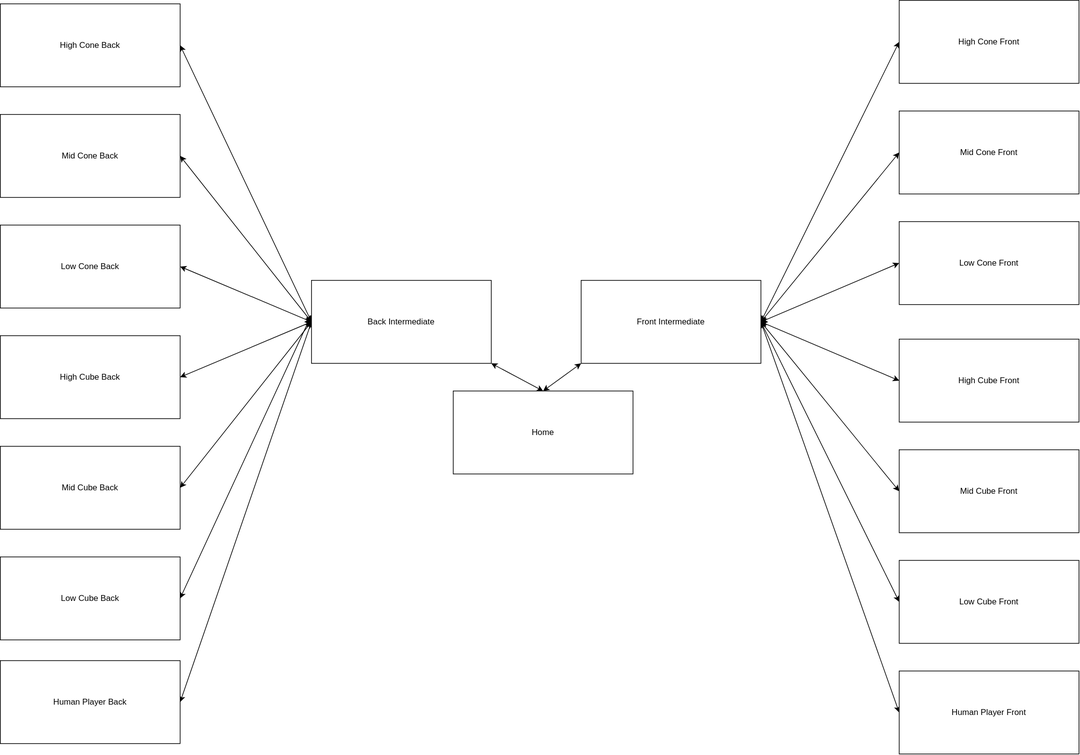
The draw.io diagram StateMachine.drawio.svg in frcteam195/2023_arm_node, before a commit. Source tidied: cells renumbered, new cells last; positions are measured from the earlier drawing's top-left corner, leaving out a move shared by most shapes.
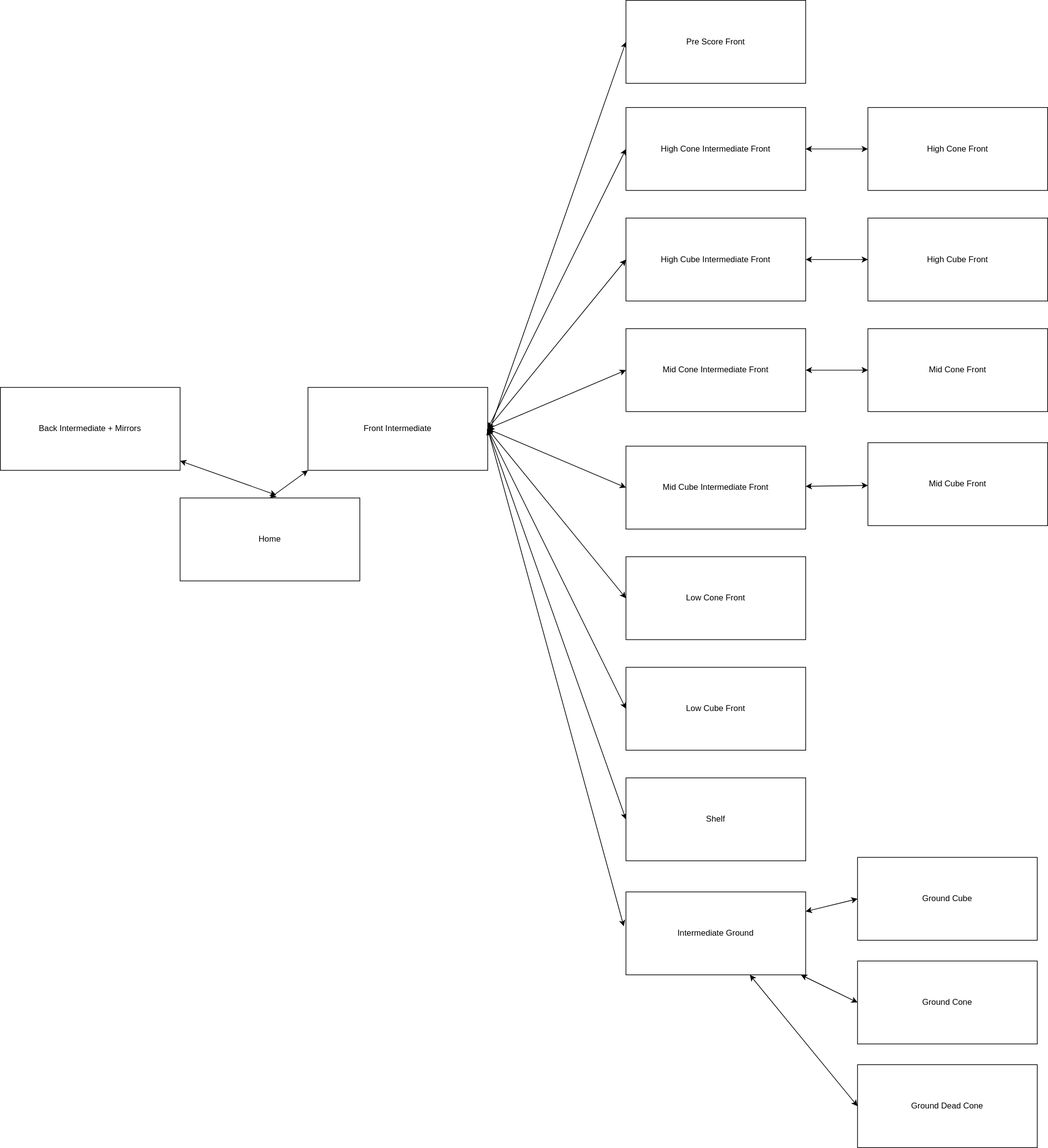
The same file after the commit.

Commit message:
Update state diagram to new desired

The edit, as a diff of the source:
```diff
@@ -8,7 +8,10 @@
     <mxCell id="3" style="edgeStyle=none;html=1;exitX=0;exitY=0.5;exitDx=0;exitDy=0;entryX=1;entryY=0.5;entryDx=0;entryDy=0;startArrow=classic;startFill=1;" parent="1" edge="1" source="4" target="34">
       <mxGeometry relative="1" as="geometry" />
     </mxCell>
+    <mxCell id="35" style="edgeStyle=none;html=1;entryX=0;entryY=0.5;entryDx=0;entryDy=0;startArrow=classic;startFill=1;" parent="1" edge="1" source="4" target="49">
+      <mxGeometry relative="1" as="geometry" />
+    </mxCell>
-    <mxCell id="4" value="High Cone Front" style="rounded=0;whiteSpace=wrap;html=1;" parent="1" vertex="1">
+    <mxCell id="4" value="High Cone Intermediate Front" style="rounded=0;whiteSpace=wrap;html=1;" parent="1" vertex="1">
       <mxGeometry x="1300" width="260" height="120" as="geometry" />
     </mxCell>
     <mxCell id="5" style="edgeStyle=none;html=1;exitX=0;exitY=0.5;exitDx=0;exitDy=0;startArrow=classic;startFill=1;" parent="1" edge="1" source="6">
@@ -16,7 +19,10 @@
         <mxPoint x="1100" y="465" as="targetPoint" />
       </mxGeometry>
     </mxCell>
+    <mxCell id="36" style="edgeStyle=none;html=1;entryX=0;entryY=0.5;entryDx=0;entryDy=0;startArrow=classic;startFill=1;" parent="1" edge="1" source="6" target="50">
+      <mxGeometry relative="1" as="geometry" />
+    </mxCell>
-    <mxCell id="6" value="Mid Cone Front" style="rounded=0;whiteSpace=wrap;html=1;" parent="1" vertex="1">
+    <mxCell id="6" value="High Cube Intermediate Front" style="rounded=0;whiteSpace=wrap;html=1;" parent="1" vertex="1">
       <mxGeometry x="1300" y="160" width="260" height="120" as="geometry" />
     </mxCell>
     <mxCell id="7" style="edgeStyle=none;html=1;exitX=0;exitY=0.5;exitDx=0;exitDy=0;startArrow=classic;startFill=1;" parent="1" edge="1" source="8">
@@ -24,7 +30,7 @@
         <mxPoint x="1100" y="465" as="targetPoint" />
       </mxGeometry>
     </mxCell>
-    <mxCell id="8" value="Low Cone Front" style="rounded=0;whiteSpace=wrap;html=1;" parent="1" vertex="1">
+    <mxCell id="8" value="Mid Cone Intermediate Front" style="rounded=0;whiteSpace=wrap;html=1;" parent="1" vertex="1">
       <mxGeometry x="1300" y="320" width="260" height="120" as="geometry" />
     </mxCell>
     <mxCell id="9" style="edgeStyle=none;html=1;exitX=0;exitY=0.5;exitDx=0;exitDy=0;startArrow=classic;startFill=1;" parent="1" edge="1" source="10">
@@ -32,7 +38,7 @@
         <mxPoint x="1100" y="465" as="targetPoint" />
       </mxGeometry>
     </mxCell>
-    <mxCell id="10" value="High Cube Front" style="rounded=0;whiteSpace=wrap;html=1;" parent="1" vertex="1">
+    <mxCell id="10" value="Mid Cube Intermediate Front" style="rounded=0;whiteSpace=wrap;html=1;" parent="1" vertex="1">
       <mxGeometry x="1300" y="490" width="260" height="120" as="geometry" />
     </mxCell>
     <mxCell id="11" style="edgeStyle=none;html=1;exitX=0;exitY=0.5;exitDx=0;exitDy=0;startArrow=classic;startFill=1;" parent="1" edge="1" source="12">
@@ -40,7 +46,7 @@
         <mxPoint x="1100" y="465" as="targetPoint" />
       </mxGeometry>
     </mxCell>
-    <mxCell id="12" value="Mid Cube Front" style="rounded=0;whiteSpace=wrap;html=1;" parent="1" vertex="1">
+    <mxCell id="12" value="Low Cone Front" style="rounded=0;whiteSpace=wrap;html=1;" parent="1" vertex="1">
       <mxGeometry x="1300" y="650" width="260" height="120" as="geometry" />
     </mxCell>
     <mxCell id="13" style="edgeStyle=none;html=1;exitX=0;exitY=0.5;exitDx=0;exitDy=0;startArrow=classic;startFill=1;" parent="1" edge="1" source="14">
@@ -51,73 +57,77 @@
     <mxCell id="14" value="Low Cube Front" style="rounded=0;whiteSpace=wrap;html=1;" parent="1" vertex="1">
       <mxGeometry x="1300" y="810" width="260" height="120" as="geometry" />
     </mxCell>
-    <mxCell id="15" style="edgeStyle=none;html=1;exitX=1;exitY=0.5;exitDx=0;exitDy=0;entryX=0;entryY=0.5;entryDx=0;entryDy=0;startArrow=classic;startFill=1;" parent="1" edge="1" source="16" target="32">
-      <mxGeometry relative="1" as="geometry" />
-    </mxCell>
-    <mxCell id="16" value="High Cone Back" style="rounded=0;whiteSpace=wrap;html=1;" parent="1" vertex="1">
-      <mxGeometry y="5" width="260" height="120" as="geometry" />
-    </mxCell>
-    <mxCell id="17" style="edgeStyle=none;html=1;exitX=1;exitY=0.5;exitDx=0;exitDy=0;entryX=0;entryY=0.5;entryDx=0;entryDy=0;startArrow=classic;startFill=1;" parent="1" edge="1" source="18" target="32">
-      <mxGeometry relative="1" as="geometry" />
-    </mxCell>
-    <mxCell id="18" value="Mid Cone Back" style="rounded=0;whiteSpace=wrap;html=1;" parent="1" vertex="1">
-      <mxGeometry y="165" width="260" height="120" as="geometry" />
-    </mxCell>
-    <mxCell id="19" style="edgeStyle=none;html=1;exitX=1;exitY=0.5;exitDx=0;exitDy=0;entryX=0;entryY=0.5;entryDx=0;entryDy=0;startArrow=classic;startFill=1;" parent="1" edge="1" source="20" target="32">
-      <mxGeometry relative="1" as="geometry" />
-    </mxCell>
-    <mxCell id="20" value="Low Cone Back" style="rounded=0;whiteSpace=wrap;html=1;" parent="1" vertex="1">
-      <mxGeometry y="325" width="260" height="120" as="geometry" />
-    </mxCell>
-    <mxCell id="21" style="edgeStyle=none;html=1;exitX=1;exitY=0.5;exitDx=0;exitDy=0;startArrow=classic;startFill=1;" parent="1" edge="1" source="22">
-      <mxGeometry relative="1" as="geometry">
-        <mxPoint x="450" y="455" as="targetPoint" />
-      </mxGeometry>
-    </mxCell>
-    <mxCell id="22" value="Low Cube Back" style="rounded=0;whiteSpace=wrap;html=1;" parent="1" vertex="1">
-      <mxGeometry y="805" width="260" height="120" as="geometry" />
-    </mxCell>
-    <mxCell id="23" style="edgeStyle=none;html=1;exitX=1;exitY=0.5;exitDx=0;exitDy=0;entryX=0;entryY=0.5;entryDx=0;entryDy=0;startArrow=classic;startFill=1;" parent="1" edge="1" source="24" target="32">
-      <mxGeometry relative="1" as="geometry" />
-    </mxCell>
-    <mxCell id="24" value="Mid Cube Back" style="rounded=0;whiteSpace=wrap;html=1;" parent="1" vertex="1">
-      <mxGeometry y="645" width="260" height="120" as="geometry" />
-    </mxCell>
-    <mxCell id="25" style="edgeStyle=none;html=1;exitX=1;exitY=0.5;exitDx=0;exitDy=0;startArrow=classic;startFill=1;" parent="1" edge="1" source="26">
-      <mxGeometry relative="1" as="geometry">
-        <mxPoint x="450" y="465" as="targetPoint" />
-      </mxGeometry>
-    </mxCell>
-    <mxCell id="26" value="High Cube Back" style="rounded=0;whiteSpace=wrap;html=1;" parent="1" vertex="1">
-      <mxGeometry y="485" width="260" height="120" as="geometry" />
-    </mxCell>
-    <mxCell id="27" style="edgeStyle=none;html=1;exitX=1;exitY=0.5;exitDx=0;exitDy=0;startArrow=classic;startFill=1;" parent="1" edge="1" source="28">
-      <mxGeometry relative="1" as="geometry">
-        <mxPoint x="450" y="465" as="targetPoint" />
-      </mxGeometry>
-    </mxCell>
-    <mxCell id="28" value="Human Player Back" style="rounded=0;whiteSpace=wrap;html=1;" parent="1" vertex="1">
-      <mxGeometry y="955" width="260" height="120" as="geometry" />
-    </mxCell>
     <mxCell id="29" style="edgeStyle=none;html=1;exitX=0;exitY=0.5;exitDx=0;exitDy=0;startArrow=classic;startFill=1;" parent="1" edge="1" source="30">
       <mxGeometry relative="1" as="geometry">
         <mxPoint x="1100" y="465" as="targetPoint" />
       </mxGeometry>
     </mxCell>
-    <mxCell id="30" value="Human Player Front" style="rounded=0;whiteSpace=wrap;html=1;" parent="1" vertex="1">
+    <mxCell id="30" value="Shelf" style="rounded=0;whiteSpace=wrap;html=1;" parent="1" vertex="1">
       <mxGeometry x="1300" y="970" width="260" height="120" as="geometry" />
     </mxCell>
-    <mxCell id="31" style="edgeStyle=none;html=1;exitX=1;exitY=1;exitDx=0;exitDy=0;entryX=0.5;entryY=0;entryDx=0;entryDy=0;startArrow=classic;startFill=1;" parent="1" edge="1" source="32" target="2">
-      <mxGeometry relative="1" as="geometry" />
-    </mxCell>
-    <mxCell id="32" value="Back Intermediate" style="rounded=0;whiteSpace=wrap;html=1;" parent="1" vertex="1">
-      <mxGeometry x="450" y="405" width="260" height="120" as="geometry" />
-    </mxCell>
     <mxCell id="33" style="edgeStyle=none;html=1;exitX=0;exitY=1;exitDx=0;exitDy=0;entryX=0.5;entryY=0;entryDx=0;entryDy=0;startArrow=classic;startFill=1;" parent="1" edge="1" source="34" target="2">
       <mxGeometry relative="1" as="geometry" />
     </mxCell>
     <mxCell id="34" value="Front Intermediate" style="rounded=0;whiteSpace=wrap;html=1;" parent="1" vertex="1">
       <mxGeometry x="840" y="405" width="260" height="120" as="geometry" />
     </mxCell>
+    <mxCell id="37" style="edgeStyle=none;html=1;entryX=0.535;entryY=-0.035;entryDx=0;entryDy=0;entryPerimeter=0;startArrow=classic;startFill=1;" parent="1" edge="1" source="38" target="2">
+      <mxGeometry relative="1" as="geometry" />
+    </mxCell>
+    <mxCell id="38" value="Back Intermediate + Mirrors" style="rounded=0;whiteSpace=wrap;html=1;" parent="1" vertex="1">
+      <mxGeometry x="395" y="405" width="260" height="120" as="geometry" />
+    </mxCell>
+    <mxCell id="39" style="edgeStyle=none;html=1;startArrow=classic;startFill=1;exitX=-0.012;exitY=0.415;exitDx=0;exitDy=0;exitPerimeter=0;" parent="1" edge="1" source="43">
+      <mxGeometry relative="1" as="geometry">
+        <mxPoint x="1100" y="465" as="targetPoint" />
+      </mxGeometry>
+    </mxCell>
+    <mxCell id="40" style="edgeStyle=none;html=1;entryX=0;entryY=0.5;entryDx=0;entryDy=0;startArrow=classic;startFill=1;" parent="1" edge="1" source="43" target="45">
+      <mxGeometry relative="1" as="geometry" />
+    </mxCell>
+    <mxCell id="41" style="edgeStyle=none;html=1;entryX=0;entryY=0.5;entryDx=0;entryDy=0;startArrow=classic;startFill=1;" parent="1" edge="1" source="43" target="44">
+      <mxGeometry relative="1" as="geometry" />
+    </mxCell>
+    <mxCell id="42" style="edgeStyle=none;html=1;entryX=0;entryY=0.5;entryDx=0;entryDy=0;startArrow=classic;startFill=1;" parent="1" edge="1" source="43" target="46">
+      <mxGeometry relative="1" as="geometry" />
+    </mxCell>
+    <mxCell id="43" value="Intermediate Ground" style="rounded=0;whiteSpace=wrap;html=1;" parent="1" vertex="1">
+      <mxGeometry x="1300" y="1135" width="260" height="120" as="geometry" />
+    </mxCell>
+    <mxCell id="44" value="Ground Cone" style="rounded=0;whiteSpace=wrap;html=1;" parent="1" vertex="1">
+      <mxGeometry x="1635" y="1235" width="260" height="120" as="geometry" />
+    </mxCell>
+    <mxCell id="45" value="Ground Cube" style="rounded=0;whiteSpace=wrap;html=1;" parent="1" vertex="1">
+      <mxGeometry x="1635" y="1085" width="260" height="120" as="geometry" />
+    </mxCell>
+    <mxCell id="46" value="Ground Dead Cone" style="rounded=0;whiteSpace=wrap;html=1;" parent="1" vertex="1">
+      <mxGeometry x="1635" y="1385" width="260" height="120" as="geometry" />
+    </mxCell>
+    <mxCell id="47" style="edgeStyle=none;html=1;startArrow=classic;startFill=1;exitX=0;exitY=0.5;exitDx=0;exitDy=0;" parent="1" edge="1" source="48">
+      <mxGeometry relative="1" as="geometry">
+        <mxPoint x="1100" y="475" as="targetPoint" />
+      </mxGeometry>
+    </mxCell>
+    <mxCell id="48" value="Pre Score Front" style="rounded=0;whiteSpace=wrap;html=1;" parent="1" vertex="1">
+      <mxGeometry x="1300" y="-155" width="260" height="120" as="geometry" />
+    </mxCell>
+    <mxCell id="49" value="High Cone Front" style="rounded=0;whiteSpace=wrap;html=1;" parent="1" vertex="1">
+      <mxGeometry x="1650" width="260" height="120" as="geometry" />
+    </mxCell>
+    <mxCell id="50" value="High Cube Front" style="rounded=0;whiteSpace=wrap;html=1;" parent="1" vertex="1">
+      <mxGeometry x="1650" y="160" width="260" height="120" as="geometry" />
+    </mxCell>
+    <mxCell id="51" style="edgeStyle=none;html=1;startArrow=classic;startFill=1;" parent="1" edge="1" source="52" target="8">
+      <mxGeometry relative="1" as="geometry" />
+    </mxCell>
+    <mxCell id="52" value="Mid Cone Front" style="rounded=0;whiteSpace=wrap;html=1;" parent="1" vertex="1">
+      <mxGeometry x="1650" y="320" width="260" height="120" as="geometry" />
+    </mxCell>
+    <mxCell id="53" style="edgeStyle=none;html=1;startArrow=classic;startFill=1;" parent="1" edge="1" source="54" target="10">
+      <mxGeometry relative="1" as="geometry" />
+    </mxCell>
+    <mxCell id="54" value="Mid Cube Front" style="rounded=0;whiteSpace=wrap;html=1;" parent="1" vertex="1">
+      <mxGeometry x="1650" y="485" width="260" height="120" as="geometry" />
+    </mxCell>
   </root>
 </mxGraphModel>
```
